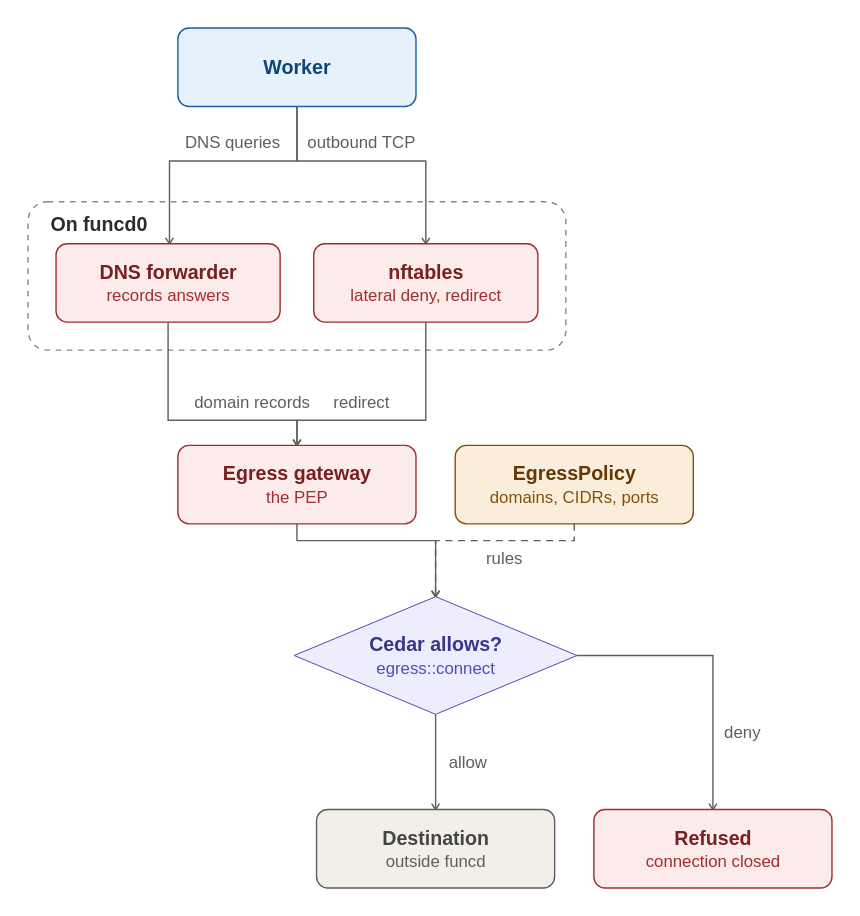
The draw.io diagram docs/guide/assets/networking-egress.drawio.svg in pyvvo/funcd, before a commit. Source tidied: cells renumbered, new cells last; positions are measured from the earlier drawing's top-left corner, leaving out a move shared by most shapes.
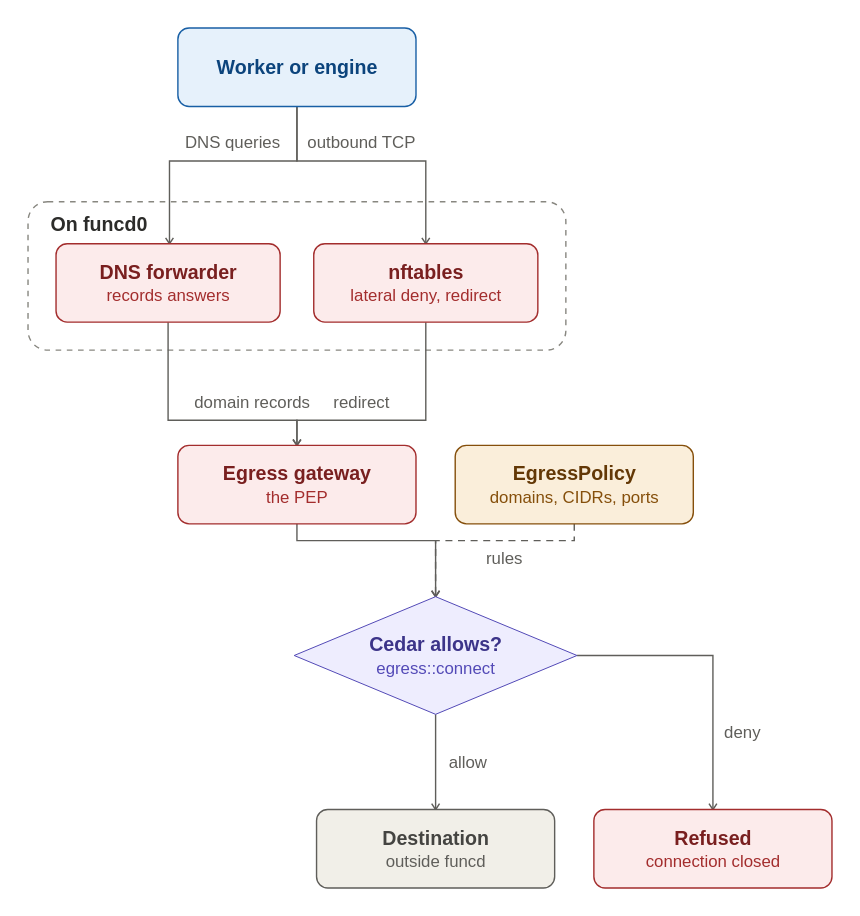
Above is the later version.

The edit, as a diff of the source:
```diff
@@ -2,7 +2,7 @@
   <root>
     <mxCell id="0" />
     <mxCell id="1" parent="0" />
-    <mxCell id="2" value="&lt;b&gt;Worker&lt;/b&gt;" style="rounded=1;absoluteArcSize=1;arcSize=16;whiteSpace=wrap;html=1;fillColor=#E6F1FB;strokeColor=#185FA5;fontColor=#0C447C;fontSize=14;" parent="1" vertex="1">
+    <mxCell id="2" value="&lt;b&gt;Worker or engine&lt;/b&gt;" style="rounded=1;absoluteArcSize=1;arcSize=16;whiteSpace=wrap;html=1;fillColor=#E6F1FB;strokeColor=#185FA5;fontColor=#0C447C;fontSize=14;" parent="1" vertex="1">
       <mxGeometry x="107" width="170" height="56" as="geometry" />
     </mxCell>
     <mxCell id="3" value="On funcd0" style="rounded=1;absoluteArcSize=1;arcSize=28;dashed=1;fillColor=none;strokeColor=#888780;fontStyle=1;fontSize=14;fontColor=#2C2C2A;align=left;verticalAlign=top;spacingLeft=10;spacingTop=2;html=1;" parent="1" vertex="1">
```
